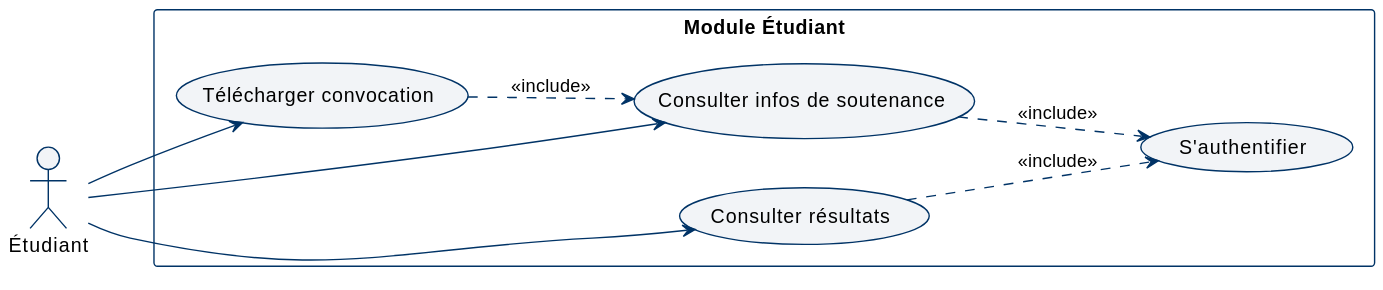
Earlier version of the PlantUML export docs/diagrams/svg/uc_student.svg (abdelaziz-ebourki/system-gestion-soutenance).
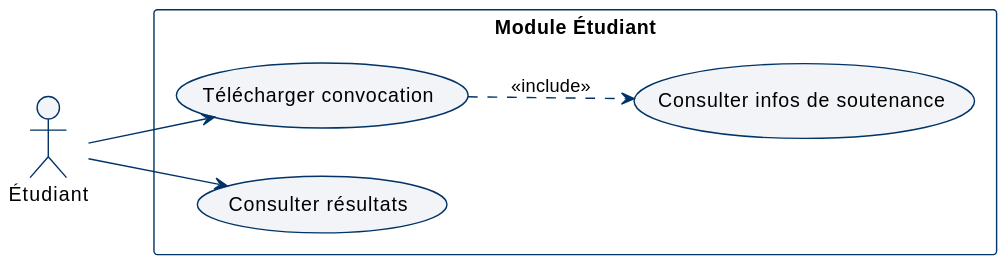
Later version of the same file.

The edit, as a diff of the source:
```diff
@@ -24,14 +24,10 @@
     usecase "Télécharger convocation" as UC1
     usecase "Consulter infos de soutenance" as UC2
     usecase "Consulter résultats" as UC3
-    usecase "S'authentifier" as Auth
 }
 
 Student --> UC1
-Student --> UC2
 Student --> UC3
 
 UC1 ..> UC2 : <<include>>
-UC2 ..> Auth : <<include>>
-UC3 ..> Auth : <<include>>
 @enduml
```
